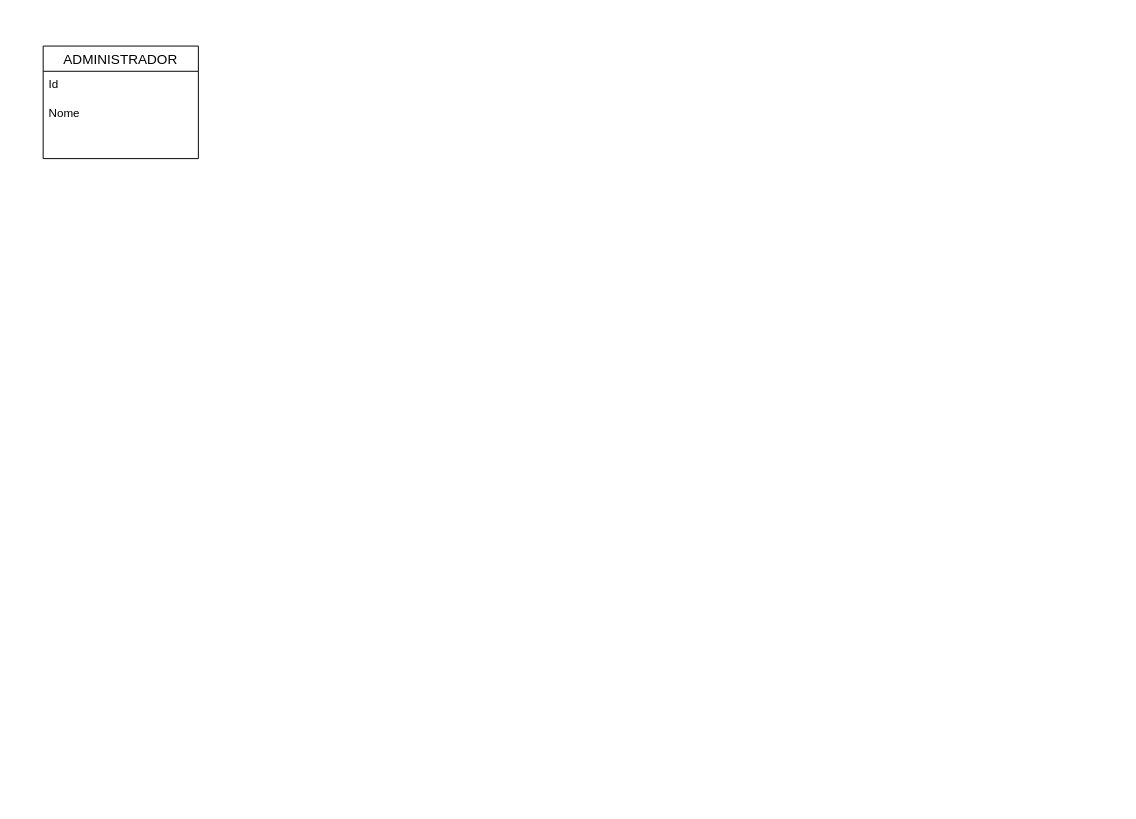
Above: 2P-0811-TESTE-2-14620.drawio in Frederico994/Diagramas (draw.io), before the change. Source tidied: cells renumbered, new cells numbered last; positions are measured from the earlier drawing's top-left corner, leaving out a move shared by most shapes. Both pictures are drawn from the tidied source at 97%, with x=0, y=0 at pixel (43, 46).
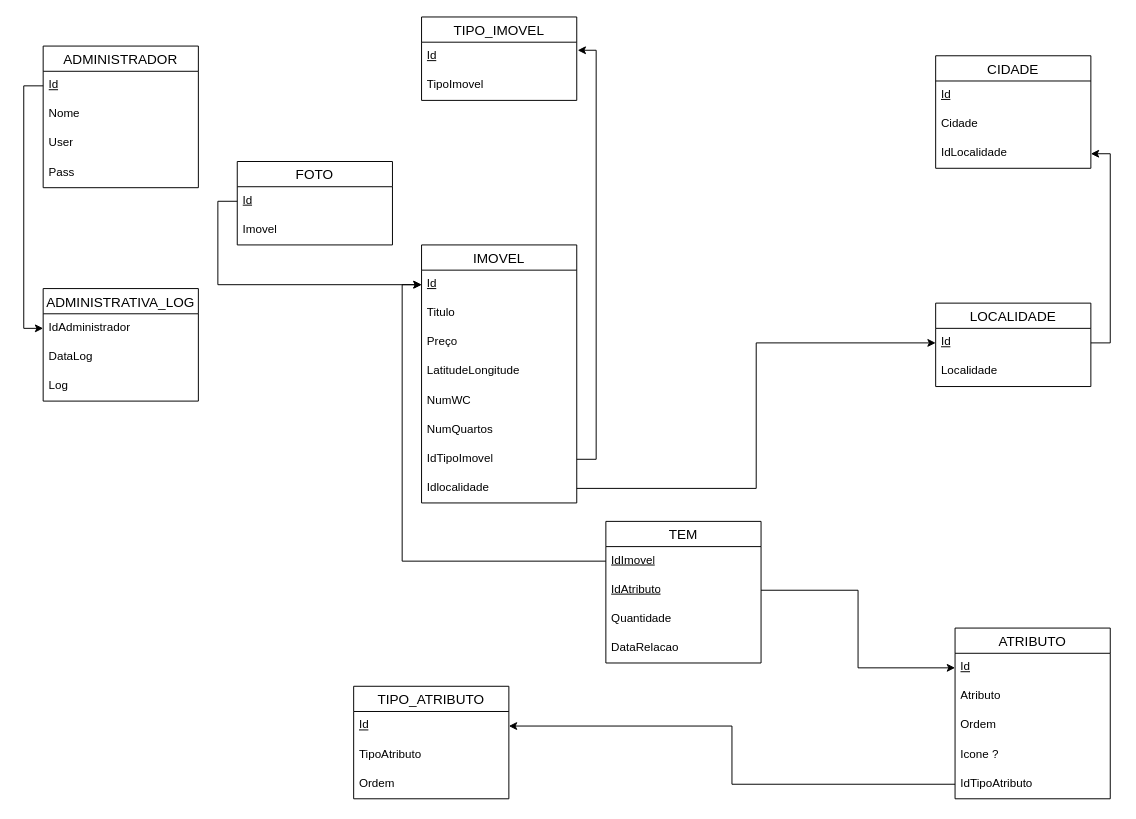
Above is the later version.

Change to the diagram source:
```diff
@@
     <mxCell id="2" value="ADMINISTRADOR" style="swimlane;fontStyle=0;horizontal=1;startSize=26;align=center;fontSize=14;" parent="1" vertex="1">
-      <mxGeometry width="160" height="116" as="geometry" />
+      <mxGeometry width="160" height="146" as="geometry" />
     </mxCell>
-    <mxCell id="3" value="Id" style="text;strokeColor=none;fillColor=none;spacingLeft=4;spacingRight=4;overflow=hidden;points=[[0,0.5],[1,0.5]];portConstraint=eastwest;fontSize=12;whiteSpace=wrap;html=1;" parent="2" vertex="1">
+    <mxCell id="3" value="Id" style="text;strokeColor=none;fillColor=none;spacingLeft=4;spacingRight=4;overflow=hidden;points=[[0,0.5],[1,0.5]];portConstraint=eastwest;fontSize=12;whiteSpace=wrap;html=1;fontStyle=4;" parent="2" vertex="1">
       <mxGeometry y="26" width="160" height="30" as="geometry" />
     </mxCell>
@@
-    <mxCell id="5" style="text;strokeColor=none;fillColor=none;spacingLeft=4;spacingRight=4;overflow=hidden;fontSize=12;whiteSpace=wrap;html=1;" parent="2" vertex="1">
+    <mxCell id="5" value="User" style="text;strokeColor=none;fillColor=none;spacingLeft=4;spacingRight=4;overflow=hidden;fontSize=12;whiteSpace=wrap;html=1;" parent="2" vertex="1">
       <mxGeometry y="86" width="160" height="30" as="geometry" />
     </mxCell>
+    <mxCell id="6" value="Pass" style="text;strokeColor=none;fillColor=none;spacingLeft=4;spacingRight=4;overflow=hidden;fontSize=12;whiteSpace=wrap;html=1;" parent="2" vertex="1">
+      <mxGeometry y="116" width="160" height="30" as="geometry" />
+    </mxCell>
+    <mxCell id="7" value="TIPO_IMOVEL" style="swimlane;fontStyle=0;horizontal=1;startSize=26;align=center;fontSize=14;" parent="1" vertex="1">
+      <mxGeometry x="390.1" y="-30" width="160" height="86" as="geometry" />
+    </mxCell>
+    <mxCell id="8" value="Id" style="text;strokeColor=none;fillColor=none;spacingLeft=4;spacingRight=4;overflow=hidden;points=[[0,0.5],[1,0.5]];portConstraint=eastwest;fontSize=12;whiteSpace=wrap;html=1;fontStyle=4;" parent="7" vertex="1">
+      <mxGeometry y="26" width="160" height="30" as="geometry" />
+    </mxCell>
+    <mxCell id="9" value="TipoImovel" style="text;strokeColor=none;fillColor=none;spacingLeft=4;spacingRight=4;overflow=hidden;fontSize=12;whiteSpace=wrap;html=1;" parent="7" vertex="1">
+      <mxGeometry y="56" width="160" height="30" as="geometry" />
+    </mxCell>
+    <mxCell id="10" value="CIDADE" style="swimlane;fontStyle=0;horizontal=1;startSize=26;align=center;fontSize=14;" parent="1" vertex="1">
+      <mxGeometry x="920.1" y="10" width="160" height="116" as="geometry" />
+    </mxCell>
+    <mxCell id="11" value="Id" style="text;strokeColor=none;fillColor=none;spacingLeft=4;spacingRight=4;overflow=hidden;fontSize=12;whiteSpace=wrap;html=1;fontStyle=4;" parent="10" vertex="1">
+      <mxGeometry y="26" width="160" height="30" as="geometry" />
+    </mxCell>
+    <mxCell id="12" value="Cidade" style="text;strokeColor=none;fillColor=none;spacingLeft=4;spacingRight=4;overflow=hidden;fontSize=12;whiteSpace=wrap;html=1;" parent="10" vertex="1">
+      <mxGeometry y="56" width="160" height="30" as="geometry" />
+    </mxCell>
+    <mxCell id="13" value="IdLocalidade" style="text;strokeColor=none;fillColor=none;spacingLeft=4;spacingRight=4;overflow=hidden;points=[[0,0.5],[1,0.5]];portConstraint=eastwest;fontSize=12;whiteSpace=wrap;html=1;" parent="10" vertex="1">
+      <mxGeometry y="86" width="160" height="30" as="geometry" />
+    </mxCell>
+    <mxCell id="14" value="LOCALIDADE" style="swimlane;fontStyle=0;horizontal=1;startSize=26;align=center;fontSize=14;" parent="1" vertex="1">
+      <mxGeometry x="920.1" y="265" width="160" height="86" as="geometry" />
+    </mxCell>
+    <mxCell id="15" value="Id" style="text;strokeColor=none;fillColor=none;spacingLeft=4;spacingRight=4;overflow=hidden;points=[[0,0.5],[1,0.5]];portConstraint=eastwest;fontSize=12;whiteSpace=wrap;html=1;fontStyle=4;" parent="14" vertex="1">
+      <mxGeometry y="26" width="160" height="30" as="geometry" />
+    </mxCell>
+    <mxCell id="16" value="Localidade" style="text;strokeColor=none;fillColor=none;spacingLeft=4;spacingRight=4;overflow=hidden;fontSize=12;whiteSpace=wrap;html=1;" parent="14" vertex="1">
+      <mxGeometry y="56" width="160" height="30" as="geometry" />
+    </mxCell>
+    <mxCell id="17" value="TIPO_ATRIBUTO" style="swimlane;fontStyle=0;horizontal=1;startSize=26;align=center;fontSize=14;" parent="1" vertex="1">
+      <mxGeometry x="320.1" y="660" width="160" height="116" as="geometry" />
+    </mxCell>
+    <mxCell id="18" value="Id" style="text;strokeColor=none;fillColor=none;spacingLeft=4;spacingRight=4;overflow=hidden;points=[[0,0.5],[1,0.5]];portConstraint=eastwest;fontSize=12;whiteSpace=wrap;html=1;fontStyle=4;" parent="17" vertex="1">
+      <mxGeometry y="26" width="160" height="30" as="geometry" />
+    </mxCell>
+    <mxCell id="19" value="TipoAtributo" style="text;strokeColor=none;fillColor=none;spacingLeft=4;spacingRight=4;overflow=hidden;fontSize=12;whiteSpace=wrap;html=1;" parent="17" vertex="1">
+      <mxGeometry y="56" width="160" height="30" as="geometry" />
+    </mxCell>
+    <mxCell id="20" value="Ordem" style="text;strokeColor=none;fillColor=none;spacingLeft=4;spacingRight=4;overflow=hidden;fontSize=12;whiteSpace=wrap;html=1;" parent="17" vertex="1">
+      <mxGeometry y="86" width="160" height="30" as="geometry" />
+    </mxCell>
+    <mxCell id="21" value="ATRIBUTO" style="swimlane;fontStyle=0;horizontal=1;startSize=26;align=center;fontSize=14;" parent="1" vertex="1">
+      <mxGeometry x="940.1" y="600" width="160" height="176" as="geometry" />
+    </mxCell>
+    <mxCell id="22" value="Id" style="text;strokeColor=none;fillColor=none;spacingLeft=4;spacingRight=4;overflow=hidden;points=[[0,0.5],[1,0.5]];portConstraint=eastwest;fontSize=12;whiteSpace=wrap;html=1;fontStyle=4;" parent="21" vertex="1">
+      <mxGeometry y="26" width="160" height="30" as="geometry" />
+    </mxCell>
+    <mxCell id="23" value="Atributo" style="text;strokeColor=none;fillColor=none;spacingLeft=4;spacingRight=4;overflow=hidden;fontSize=12;whiteSpace=wrap;html=1;" parent="21" vertex="1">
+      <mxGeometry y="56" width="160" height="30" as="geometry" />
+    </mxCell>
+    <mxCell id="24" value="Ordem" style="text;strokeColor=none;fillColor=none;spacingLeft=4;spacingRight=4;overflow=hidden;fontSize=12;whiteSpace=wrap;html=1;" parent="21" vertex="1">
+      <mxGeometry y="86" width="160" height="30" as="geometry" />
+    </mxCell>
+    <mxCell id="25" value="Icone ?" style="text;strokeColor=none;fillColor=none;spacingLeft=4;spacingRight=4;overflow=hidden;fontSize=12;whiteSpace=wrap;html=1;" parent="21" vertex="1">
+      <mxGeometry y="116" width="160" height="30" as="geometry" />
+    </mxCell>
+    <mxCell id="26" value="IdTipoAtributo" style="text;strokeColor=none;fillColor=none;spacingLeft=4;spacingRight=4;overflow=hidden;points=[[0,0.5],[1,0.5]];portConstraint=eastwest;fontSize=12;whiteSpace=wrap;html=1;" parent="21" vertex="1">
+      <mxGeometry y="146" width="160" height="30" as="geometry" />
+    </mxCell>
+    <mxCell id="27" value="IMOVEL" style="swimlane;fontStyle=0;horizontal=1;startSize=26;align=center;fontSize=14;" parent="1" vertex="1">
+      <mxGeometry x="390.1" y="205" width="160" height="266" as="geometry" />
+    </mxCell>
+    <mxCell id="28" value="Id" style="text;strokeColor=none;fillColor=none;spacingLeft=4;spacingRight=4;overflow=hidden;points=[[0,0.5],[1,0.5]];portConstraint=eastwest;fontSize=12;whiteSpace=wrap;html=1;fontStyle=4;" parent="27" vertex="1">
+      <mxGeometry y="26" width="160" height="30" as="geometry" />
+    </mxCell>
+    <mxCell id="29" value="Titulo" style="text;strokeColor=none;fillColor=none;spacingLeft=4;spacingRight=4;overflow=hidden;fontSize=12;whiteSpace=wrap;html=1;" parent="27" vertex="1">
+      <mxGeometry y="56" width="160" height="30" as="geometry" />
+    </mxCell>
+    <mxCell id="30" value="Preço" style="text;strokeColor=none;fillColor=none;spacingLeft=4;spacingRight=4;overflow=hidden;fontSize=12;whiteSpace=wrap;html=1;" parent="27" vertex="1">
+      <mxGeometry y="86" width="160" height="30" as="geometry" />
+    </mxCell>
+    <mxCell id="31" value="LatitudeLongitude" style="text;strokeColor=none;fillColor=none;spacingLeft=4;spacingRight=4;overflow=hidden;fontSize=12;whiteSpace=wrap;html=1;" parent="27" vertex="1">
+      <mxGeometry y="116" width="160" height="30" as="geometry" />
+    </mxCell>
+    <mxCell id="32" value="NumWC" style="text;strokeColor=none;fillColor=none;spacingLeft=4;spacingRight=4;overflow=hidden;fontSize=12;whiteSpace=wrap;html=1;" parent="27" vertex="1">
+      <mxGeometry y="146" width="160" height="30" as="geometry" />
+    </mxCell>
+    <mxCell id="33" value="NumQuartos" style="text;strokeColor=none;fillColor=none;spacingLeft=4;spacingRight=4;overflow=hidden;fontSize=12;whiteSpace=wrap;html=1;" parent="27" vertex="1">
+      <mxGeometry y="176" width="160" height="30" as="geometry" />
+    </mxCell>
+    <mxCell id="34" value="IdTipoImovel" style="text;strokeColor=none;fillColor=none;spacingLeft=4;spacingRight=4;overflow=hidden;points=[[0,0.5],[1,0.5]];portConstraint=eastwest;fontSize=12;whiteSpace=wrap;html=1;" parent="27" vertex="1">
+      <mxGeometry y="206" width="160" height="30" as="geometry" />
+    </mxCell>
+    <mxCell id="35" value="Idlocalidade" style="text;strokeColor=none;fillColor=none;spacingLeft=4;spacingRight=4;overflow=hidden;points=[[0,0.5],[1,0.5]];portConstraint=eastwest;fontSize=12;whiteSpace=wrap;html=1;" parent="27" vertex="1">
+      <mxGeometry y="236" width="160" height="30" as="geometry" />
+    </mxCell>
+    <mxCell id="36" value="ADMINISTRATIVA_LOG" style="swimlane;fontStyle=0;horizontal=1;startSize=26;align=center;fontSize=14;" parent="1" vertex="1">
+      <mxGeometry y="250" width="160" height="116" as="geometry" />
+    </mxCell>
+    <mxCell id="37" value="IdAdministrador" style="text;strokeColor=none;fillColor=none;spacingLeft=4;spacingRight=4;overflow=hidden;points=[[0,0.5],[1,0.5]];portConstraint=eastwest;fontSize=12;whiteSpace=wrap;html=1;" parent="36" vertex="1">
+      <mxGeometry y="26" width="160" height="30" as="geometry" />
+    </mxCell>
+    <mxCell id="38" value="DataLog" style="text;strokeColor=none;fillColor=none;spacingLeft=4;spacingRight=4;overflow=hidden;fontSize=12;whiteSpace=wrap;html=1;" parent="36" vertex="1">
+      <mxGeometry y="56" width="160" height="30" as="geometry" />
+    </mxCell>
+    <mxCell id="39" value="Log" style="text;strokeColor=none;fillColor=none;spacingLeft=4;spacingRight=4;overflow=hidden;fontSize=12;whiteSpace=wrap;html=1;" parent="36" vertex="1">
+      <mxGeometry y="86" width="160" height="30" as="geometry" />
+    </mxCell>
+    <mxCell id="40" style="edgeStyle=orthogonalEdgeStyle;rounded=0;jettySize=auto;html=1;exitX=0;exitY=0.5;exitDx=0;exitDy=0;entryX=0;entryY=0.5;entryDx=0;entryDy=0;" parent="1" edge="1" source="3" target="37">
+      <mxGeometry relative="1" as="geometry" />
+    </mxCell>
+    <mxCell id="41" value="TEM" style="swimlane;fontStyle=0;horizontal=1;startSize=26;align=center;fontSize=14;" parent="1" vertex="1">
+      <mxGeometry x="580.1" y="490" width="160" height="146" as="geometry" />
+    </mxCell>
+    <mxCell id="42" value="IdImovel" style="text;strokeColor=none;fillColor=none;spacingLeft=4;spacingRight=4;overflow=hidden;points=[[0,0.5],[1,0.5]];portConstraint=eastwest;fontSize=12;whiteSpace=wrap;html=1;fontStyle=4;" parent="41" vertex="1">
+      <mxGeometry y="26" width="160" height="30" as="geometry" />
+    </mxCell>
+    <mxCell id="43" value="IdAtributo" style="text;strokeColor=none;fillColor=none;spacingLeft=4;spacingRight=4;overflow=hidden;points=[[0,0.5],[1,0.5]];portConstraint=eastwest;fontSize=12;whiteSpace=wrap;html=1;fontStyle=4;" parent="41" vertex="1">
+      <mxGeometry y="56" width="160" height="30" as="geometry" />
+    </mxCell>
+    <mxCell id="44" value="Quantidade" style="text;strokeColor=none;fillColor=none;spacingLeft=4;spacingRight=4;overflow=hidden;fontSize=12;whiteSpace=wrap;html=1;" parent="41" vertex="1">
+      <mxGeometry y="86" width="160" height="30" as="geometry" />
+    </mxCell>
+    <mxCell id="45" value="DataRelacao" style="text;strokeColor=none;fillColor=none;spacingLeft=4;spacingRight=4;overflow=hidden;fontSize=12;whiteSpace=wrap;html=1;" parent="41" vertex="1">
+      <mxGeometry y="116" width="160" height="30" as="geometry" />
+    </mxCell>
+    <mxCell id="46" style="edgeStyle=orthogonalEdgeStyle;rounded=0;jettySize=auto;html=1;exitX=1;exitY=0.5;exitDx=0;exitDy=0;entryX=0;entryY=0.5;entryDx=0;entryDy=0;" parent="1" edge="1" source="43" target="22">
+      <mxGeometry relative="1" as="geometry" />
+    </mxCell>
+    <mxCell id="47" style="edgeStyle=orthogonalEdgeStyle;rounded=0;jettySize=auto;html=1;exitX=0;exitY=0.5;exitDx=0;exitDy=0;entryX=0;entryY=0.5;entryDx=0;entryDy=0;" parent="1" edge="1" source="42" target="28">
+      <mxGeometry relative="1" as="geometry" />
+    </mxCell>
+    <mxCell id="48" style="edgeStyle=orthogonalEdgeStyle;rounded=0;jettySize=auto;html=1;exitX=1;exitY=0.5;exitDx=0;exitDy=0;entryX=1.006;entryY=0.278;entryDx=0;entryDy=0;entryPerimeter=0;" parent="1" edge="1" source="34" target="8">
+      <mxGeometry relative="1" as="geometry" />
+    </mxCell>
+    <mxCell id="49" style="edgeStyle=orthogonalEdgeStyle;rounded=0;jettySize=auto;html=1;exitX=1;exitY=0.5;exitDx=0;exitDy=0;entryX=0;entryY=0.5;entryDx=0;entryDy=0;" parent="1" edge="1" source="35" target="15">
+      <mxGeometry relative="1" as="geometry" />
+    </mxCell>
+    <mxCell id="50" style="edgeStyle=orthogonalEdgeStyle;rounded=0;jettySize=auto;html=1;exitX=1;exitY=0.5;exitDx=0;exitDy=0;entryX=1;entryY=0.5;entryDx=0;entryDy=0;" parent="1" edge="1" source="15" target="13">
+      <mxGeometry relative="1" as="geometry" />
+    </mxCell>
+    <mxCell id="51" style="edgeStyle=orthogonalEdgeStyle;rounded=0;jettySize=auto;html=1;exitX=0;exitY=0.5;exitDx=0;exitDy=0;entryX=1;entryY=0.5;entryDx=0;entryDy=0;" parent="1" edge="1" source="26" target="18">
+      <mxGeometry relative="1" as="geometry" />
+    </mxCell>
+    <mxCell id="52" value="FOTO" style="swimlane;fontStyle=0;horizontal=1;startSize=26;align=center;fontSize=14;" parent="1" vertex="1">
+      <mxGeometry x="200.1" y="119" width="160" height="86" as="geometry" />
+    </mxCell>
+    <mxCell id="53" value="Id" style="text;strokeColor=none;fillColor=none;spacingLeft=4;spacingRight=4;overflow=hidden;points=[[0,0.5],[1,0.5]];portConstraint=eastwest;fontSize=12;whiteSpace=wrap;html=1;fontStyle=4;" parent="52" vertex="1">
+      <mxGeometry y="26" width="160" height="30" as="geometry" />
+    </mxCell>
+    <mxCell id="54" value="Imovel" style="text;strokeColor=none;fillColor=none;spacingLeft=4;spacingRight=4;overflow=hidden;fontSize=12;whiteSpace=wrap;html=1;" parent="52" vertex="1">
+      <mxGeometry y="56" width="160" height="30" as="geometry" />
+    </mxCell>
+    <mxCell id="55" style="edgeStyle=orthogonalEdgeStyle;rounded=0;jettySize=auto;html=1;exitX=0;exitY=0.5;exitDx=0;exitDy=0;entryX=0;entryY=0.5;entryDx=0;entryDy=0;" parent="1" edge="1" source="53" target="28">
+      <mxGeometry relative="1" as="geometry" />
+    </mxCell>
```
